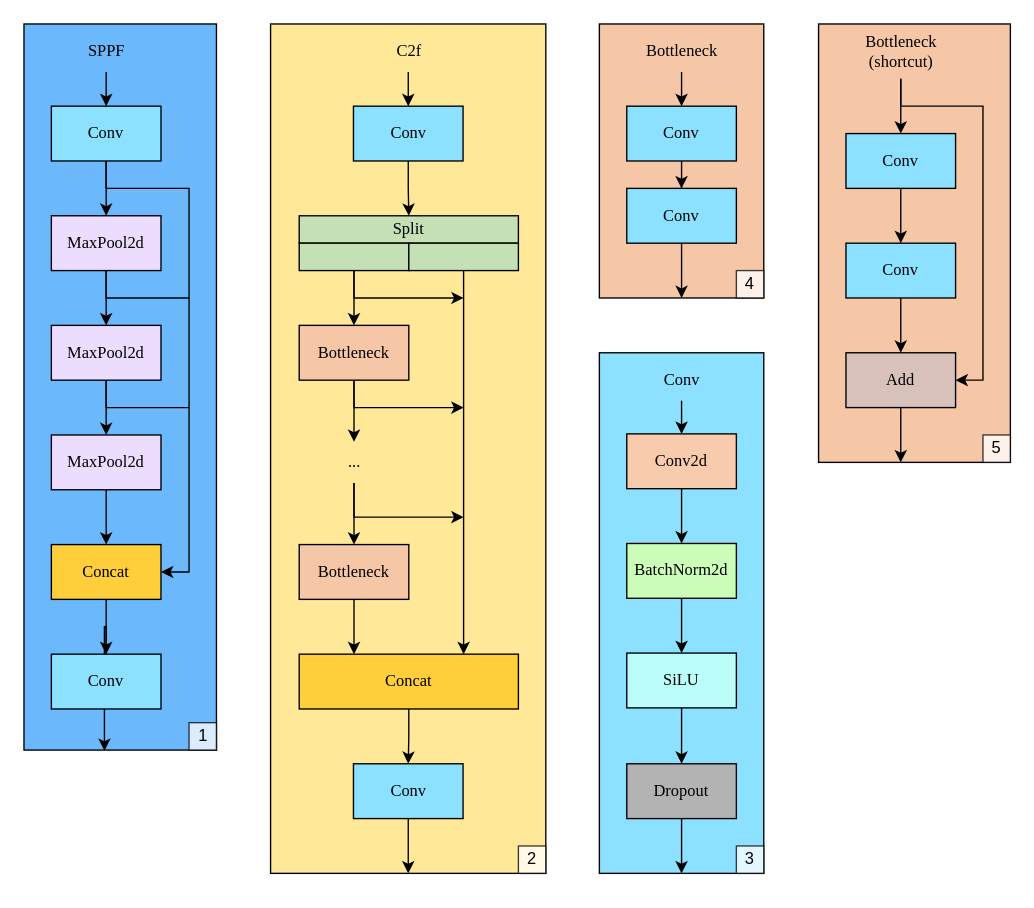
This is writing/work/imgs/ai/yolov8_parts.drawio from JuuuF/masterarbeit, a draw.io file, before an edit. Source tidied: cells renumbered, new cells numbered last; positions are measured from the earlier drawing's top-left corner, leaving out a move shared by most shapes. Both pictures are drawn from the tidied source at 137%, with x=0, y=0 at pixel (23, 23).
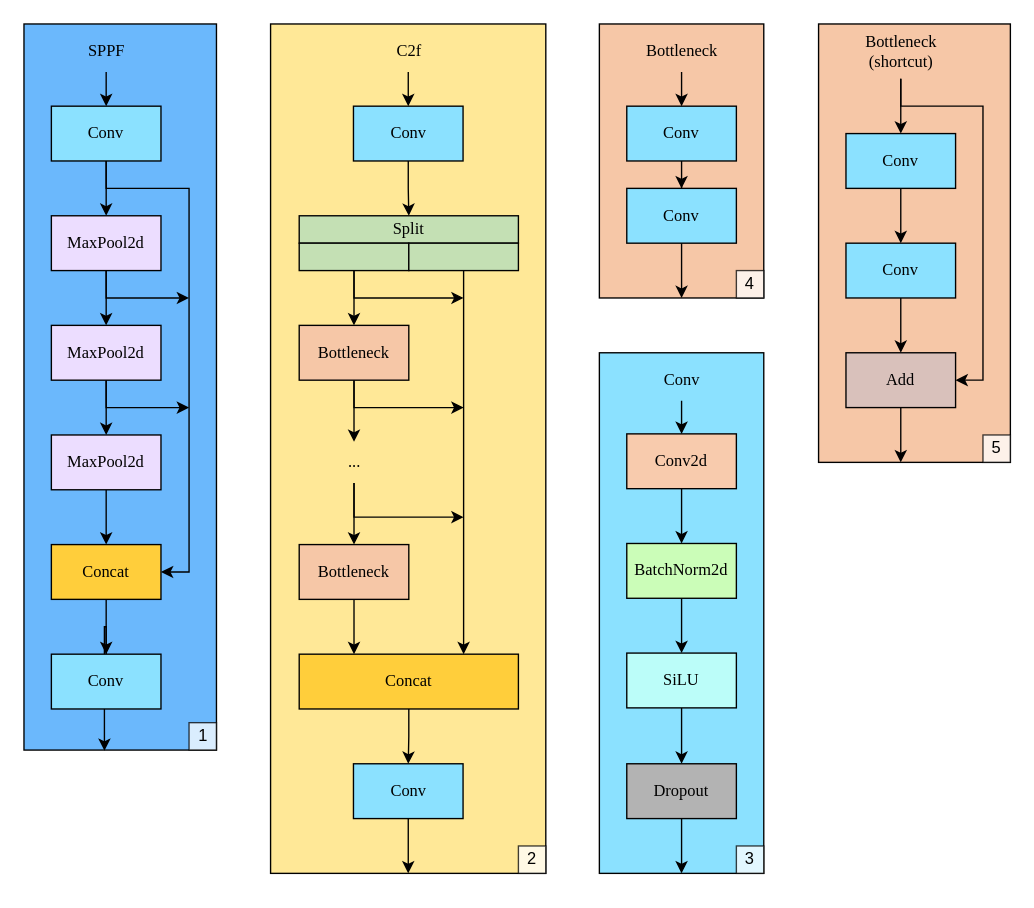
After the change.

Unchanged cells that the change refers to:
```xml
<mxCell id="63" style="group;fontFamily=Garamond;" parent="62" vertex="1">
  <mxGeometry y="15" width="140.5" height="510" as="geometry" />
</mxCell>
<mxCell id="70" value="MaxPool2d" style="whiteSpace=wrap;html=1;fillColor=#ECDDFF;fontColor=#000000;fontFamily=Garamond;" parent="63" vertex="1">
  <mxGeometry x="20" y="120" width="80" height="40" as="geometry" />
</mxCell>
<mxCell id="73" value="MaxPool2d" style="whiteSpace=wrap;html=1;fillColor=#ECDDFF;fontColor=#000000;fontFamily=Garamond;" parent="63" vertex="1">
  <mxGeometry x="20" y="200" width="80" height="40" as="geometry" />
</mxCell>
```

The edit, as a diff of the source:
```diff
@@
-    <mxCell id="69" style="edgeStyle=orthogonalEdgeStyle;rounded=0;jettySize=auto;html=1;endArrow=none;startFill=0;fontFamily=Garamond;" parent="63" edge="1" source="70">
+    <mxCell id="69" style="edgeStyle=orthogonalEdgeStyle;rounded=0;jettySize=auto;html=1;endArrow=classic;startFill=0;fontFamily=Garamond;endFill=1;" parent="63" edge="1" source="70">
       <mxGeometry relative="1" as="geometry">
         <mxPoint x="120.5" y="180" as="targetPoint" />
         <Array as="points">
           <mxPoint x="60.5" y="180" />
         </Array>
       </mxGeometry>
     </mxCell>
@@
-    <mxCell id="72" style="edgeStyle=orthogonalEdgeStyle;rounded=0;jettySize=auto;html=1;endArrow=none;startFill=0;fontFamily=Garamond;" parent="63" edge="1" source="73">
+    <mxCell id="72" style="edgeStyle=orthogonalEdgeStyle;rounded=0;jettySize=auto;html=1;endArrow=classic;startFill=0;fontFamily=Garamond;endFill=1;" parent="63" edge="1" source="73">
       <mxGeometry relative="1" as="geometry">
         <mxPoint x="120.5" y="260" as="targetPoint" />
         <Array as="points">
           <mxPoint x="60.5" y="260" />
         </Array>
       </mxGeometry>
     </mxCell>
```
